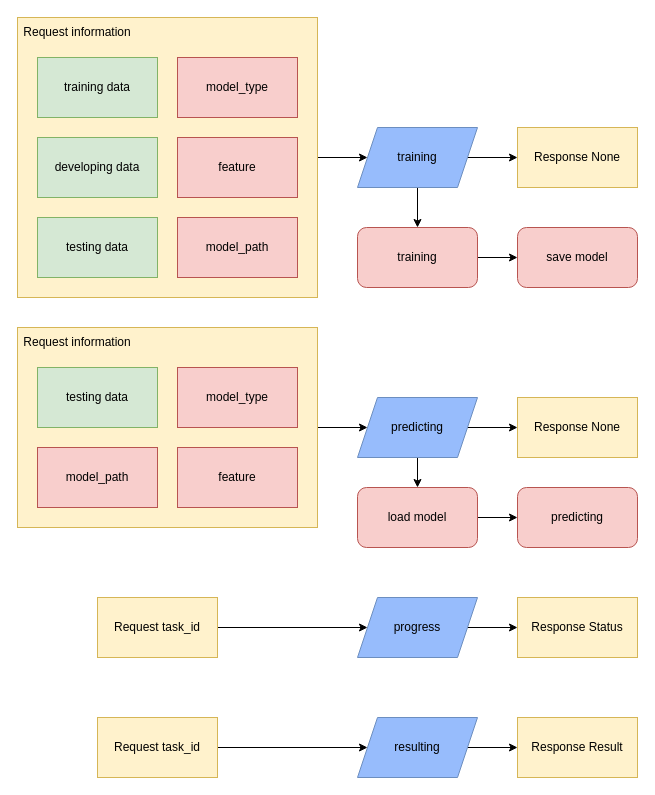
This is page "API" (5 of 8) of graph/modeling_api.drawio from ychuang789/labelapi, a draw.io file, before an edit. Source tidied: cells renumbered, new cells numbered last; positions are measured from the earlier drawing's top-left corner, leaving out a move shared by most shapes. Both pictures are drawn from the tidied source at 100%, with x=0, y=0 at pixel (17, 17).
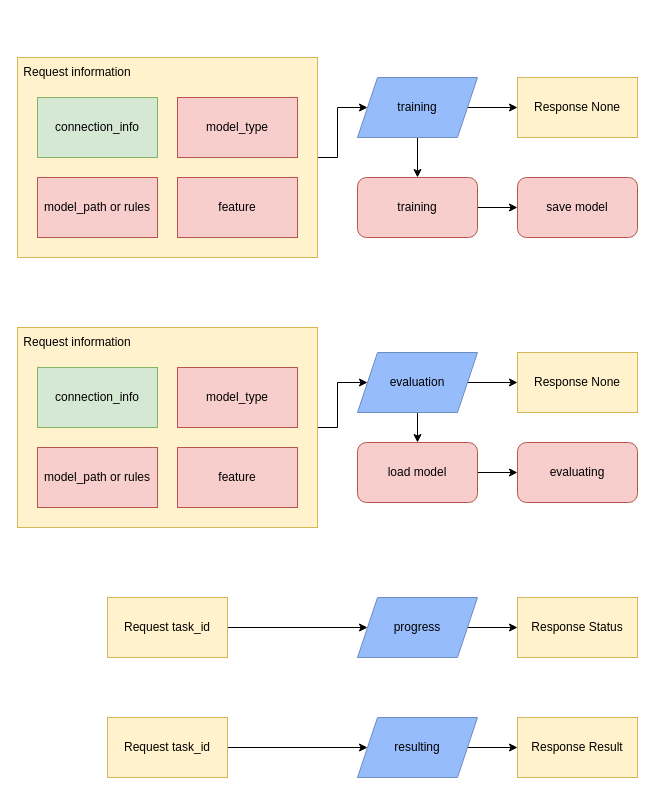
Above is the later version.

The change refers to these unchanged cells:
```xml
<mxCell id="23" style="group;" parent="1" vertex="1">
  <mxGeometry y="310" width="300" height="200" as="geometry" />
</mxCell>
```

What changed in the source:
```diff
@@
     <mxCell id="5" value="training" style="shape=parallelogram;perimeter=parallelogramPerimeter;whiteSpace=wrap;html=1;fixedSize=1;align=center;fillColor=#97BCFC;strokeColor=#6c8ebf;" parent="1" vertex="1">
-      <mxGeometry x="340" y="110" width="120" height="60" as="geometry" />
+      <mxGeometry x="340" y="60" width="120" height="60" as="geometry" />
     </mxCell>
@@
-    <mxCell id="8" value="predicting" style="shape=parallelogram;perimeter=parallelogramPerimeter;whiteSpace=wrap;html=1;fixedSize=1;align=center;fillColor=#97BCFC;strokeColor=#6c8ebf;" parent="1" vertex="1">
-      <mxGeometry x="340" y="380" width="120" height="60" as="geometry" />
+    <mxCell id="8" value="evaluation" style="shape=parallelogram;perimeter=parallelogramPerimeter;whiteSpace=wrap;html=1;fixedSize=1;align=center;fillColor=#97BCFC;strokeColor=#6c8ebf;" parent="1" vertex="1">
+      <mxGeometry x="340" y="335" width="120" height="60" as="geometry" />
     </mxCell>
@@
-    <mxCell id="13" style="group;" parent="1" vertex="1">
-      <mxGeometry width="300" height="280" as="geometry" />
-    </mxCell>
-    <mxCell id="14" style="rounded=0;whiteSpace=wrap;html=1;fillColor=#fff2cc;align=center;strokeColor=#d6b656;" parent="13" vertex="1">
-      <mxGeometry width="300" height="280" as="geometry" />
-    </mxCell>
-    <mxCell id="15" value="training data" style="rounded=0;whiteSpace=wrap;html=1;fillColor=#d5e8d4;align=center;strokeColor=#82b366;" parent="13" vertex="1">
-      <mxGeometry x="20" y="40" width="120" height="60" as="geometry" />
-    </mxCell>
-    <mxCell id="16" value="developing data" style="rounded=0;whiteSpace=wrap;html=1;fillColor=#d5e8d4;align=center;strokeColor=#82b366;" parent="13" vertex="1">
-      <mxGeometry x="20" y="120" width="120" height="60" as="geometry" />
-    </mxCell>
-    <mxCell id="17" value="testing data" style="rounded=0;whiteSpace=wrap;html=1;fillColor=#d5e8d4;align=center;strokeColor=#82b366;" parent="13" vertex="1">
-      <mxGeometry x="20" y="200" width="120" height="60" as="geometry" />
-    </mxCell>
-    <mxCell id="18" value="model_type" style="rounded=0;whiteSpace=wrap;html=1;fillColor=#f8cecc;align=center;strokeColor=#b85450;" parent="13" vertex="1">
-      <mxGeometry x="160" y="40" width="120" height="60" as="geometry" />
-    </mxCell>
-    <mxCell id="19" value="feature" style="rounded=0;whiteSpace=wrap;html=1;fillColor=#f8cecc;align=center;strokeColor=#b85450;" parent="13" vertex="1">
-      <mxGeometry x="160" y="120" width="120" height="60" as="geometry" />
-    </mxCell>
-    <mxCell id="20" value="model_path" style="rounded=0;whiteSpace=wrap;html=1;fillColor=#f8cecc;align=center;strokeColor=#b85450;" parent="13" vertex="1">
-      <mxGeometry x="160" y="200" width="120" height="60" as="geometry" />
-    </mxCell>
-    <mxCell id="21" value="Request information" style="text;html=1;strokeColor=none;fillColor=none;align=center;verticalAlign=middle;whiteSpace=wrap;rounded=0;" parent="13" vertex="1">
-      <mxGeometry width="120" height="30" as="geometry" />
-    </mxCell>
@@
-    <mxCell id="25" value="testing data" style="rounded=0;whiteSpace=wrap;html=1;fillColor=#d5e8d4;align=center;strokeColor=#82b366;" parent="23" vertex="1">
+    <mxCell id="25" value="connection_info" style="rounded=0;whiteSpace=wrap;html=1;fillColor=#d5e8d4;align=center;strokeColor=#82b366;" parent="23" vertex="1">
       <mxGeometry x="20" y="40" width="120" height="60" as="geometry" />
     </mxCell>
@@
-    <mxCell id="28" value="model_path" style="rounded=0;whiteSpace=wrap;html=1;fillColor=#f8cecc;align=center;strokeColor=#b85450;" parent="23" vertex="1">
+    <mxCell id="28" value="model_path or rules" style="rounded=0;whiteSpace=wrap;html=1;fillColor=#f8cecc;align=center;strokeColor=#b85450;" parent="23" vertex="1">
       <mxGeometry x="20" y="120" width="120" height="60" as="geometry" />
     </mxCell>
@@
     <mxCell id="30" value="Response None" style="rounded=0;whiteSpace=wrap;html=1;strokeColor=#d6b656;fillColor=#fff2cc;align=center;" parent="1" vertex="1">
-      <mxGeometry x="500" y="110" width="120" height="60" as="geometry" />
+      <mxGeometry x="500" y="60" width="120" height="60" as="geometry" />
     </mxCell>
     <mxCell id="31" value="Response None" style="rounded=0;whiteSpace=wrap;html=1;strokeColor=#d6b656;fillColor=#fff2cc;align=center;" parent="1" vertex="1">
-      <mxGeometry x="500" y="380" width="120" height="60" as="geometry" />
+      <mxGeometry x="500" y="335" width="120" height="60" as="geometry" />
     </mxCell>
@@
     <mxCell id="33" value="Request task_id" style="rounded=0;whiteSpace=wrap;html=1;strokeColor=#d6b656;fillColor=#fff2cc;align=center;" parent="1" vertex="1">
-      <mxGeometry x="80" y="580" width="120" height="60" as="geometry" />
+      <mxGeometry x="90" y="580" width="120" height="60" as="geometry" />
     </mxCell>
@@
     <mxCell id="36" value="Request task_id" style="rounded=0;whiteSpace=wrap;html=1;strokeColor=#d6b656;fillColor=#fff2cc;align=center;" parent="1" vertex="1">
-      <mxGeometry x="80" y="700" width="120" height="60" as="geometry" />
+      <mxGeometry x="90" y="700" width="120" height="60" as="geometry" />
     </mxCell>
@@
     <mxCell id="39" value="training" style="rounded=1;whiteSpace=wrap;html=1;strokeColor=#b85450;fillColor=#f8cecc;align=center;" parent="1" vertex="1">
-      <mxGeometry x="340" y="210" width="120" height="60" as="geometry" />
+      <mxGeometry x="340" y="160" width="120" height="60" as="geometry" />
     </mxCell>
     <mxCell id="40" value="save model" style="whiteSpace=wrap;html=1;rounded=1;strokeColor=#b85450;fillColor=#f8cecc;" parent="1" vertex="1">
-      <mxGeometry x="500" y="210" width="120" height="60" as="geometry" />
+      <mxGeometry x="500" y="160" width="120" height="60" as="geometry" />
     </mxCell>
@@
     <mxCell id="42" value="load model" style="rounded=1;whiteSpace=wrap;html=1;strokeColor=#b85450;fillColor=#f8cecc;align=center;" parent="1" vertex="1">
-      <mxGeometry x="340" y="470" width="120" height="60" as="geometry" />
+      <mxGeometry x="340" y="425" width="120" height="60" as="geometry" />
     </mxCell>
-    <mxCell id="43" value="predicting" style="whiteSpace=wrap;html=1;rounded=1;strokeColor=#b85450;fillColor=#f8cecc;" parent="1" vertex="1">
-      <mxGeometry x="500" y="470" width="120" height="60" as="geometry" />
+    <mxCell id="43" value="evaluating" style="whiteSpace=wrap;html=1;rounded=1;strokeColor=#b85450;fillColor=#f8cecc;" parent="1" vertex="1">
+      <mxGeometry x="500" y="425" width="120" height="60" as="geometry" />
     </mxCell>
+    <mxCell id="44" style="group;" parent="1" vertex="1">
+      <mxGeometry y="40" width="300" height="200" as="geometry" />
+    </mxCell>
+    <mxCell id="14" style="rounded=0;whiteSpace=wrap;html=1;fillColor=#fff2cc;align=center;strokeColor=#d6b656;" parent="44" vertex="1">
+      <mxGeometry width="300" height="200" as="geometry" />
+    </mxCell>
+    <mxCell id="18" value="model_type" style="rounded=0;whiteSpace=wrap;html=1;fillColor=#f8cecc;align=center;strokeColor=#b85450;" parent="44" vertex="1">
+      <mxGeometry x="160" y="40" width="120" height="60" as="geometry" />
+    </mxCell>
+    <mxCell id="19" value="feature" style="rounded=0;whiteSpace=wrap;html=1;fillColor=#f8cecc;align=center;strokeColor=#b85450;" parent="44" vertex="1">
+      <mxGeometry x="160" y="120" width="120" height="60" as="geometry" />
+    </mxCell>
+    <mxCell id="20" value="model_path or rules" style="rounded=0;whiteSpace=wrap;html=1;fillColor=#f8cecc;align=center;strokeColor=#b85450;" parent="44" vertex="1">
+      <mxGeometry x="20" y="120" width="120" height="60" as="geometry" />
+    </mxCell>
+    <mxCell id="21" value="Request information" style="text;html=1;strokeColor=none;fillColor=none;align=center;verticalAlign=middle;whiteSpace=wrap;rounded=0;" parent="44" vertex="1">
+      <mxGeometry width="120" height="30" as="geometry" />
+    </mxCell>
+    <mxCell id="45" value="connection_info" style="rounded=0;whiteSpace=wrap;html=1;fillColor=#d5e8d4;align=center;strokeColor=#82b366;" parent="44" vertex="1">
+      <mxGeometry x="20" y="40" width="120" height="60" as="geometry" />
+    </mxCell>
```
